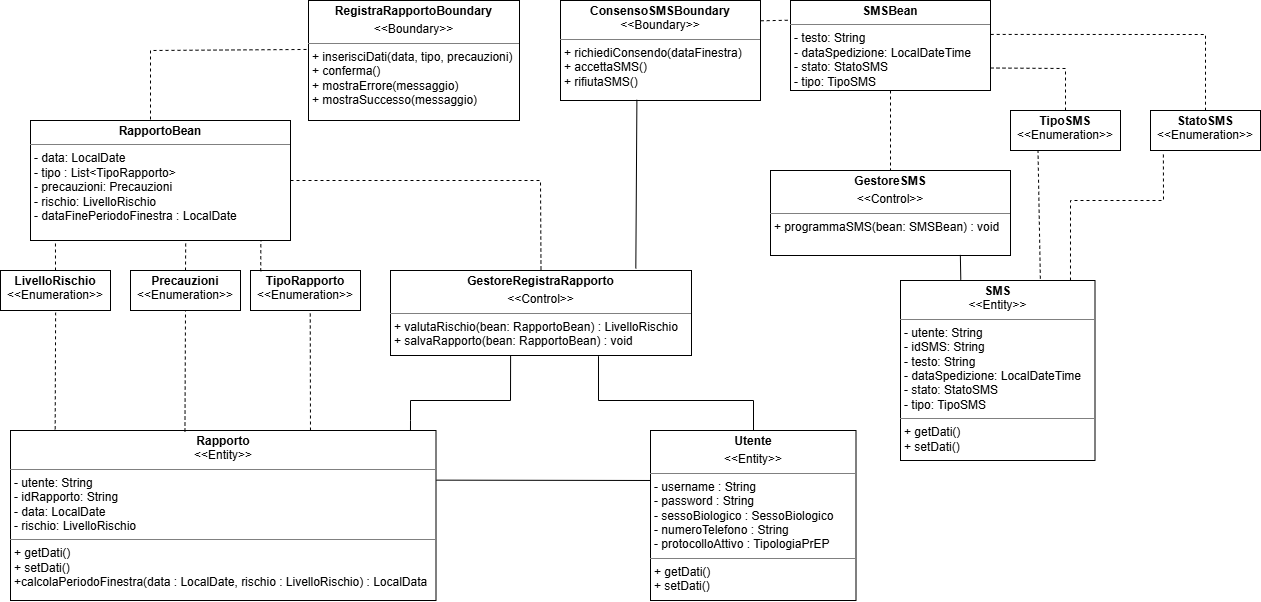
Before: deliverables/BCE-RegistraRapporto.png, a diagram exported from draw.io (Giulia120/TiRiguarda). Source tidied: cells renumbered, new cells last; positions are measured from the earlier drawing's top-left corner, leaving out a move shared by most shapes.
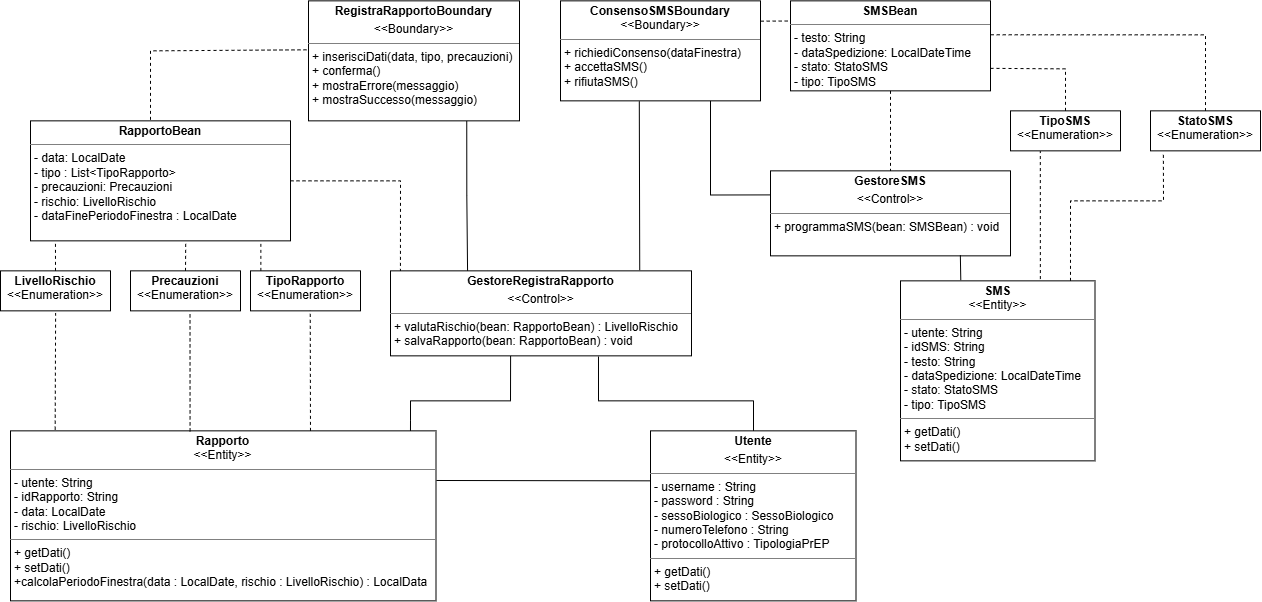
After the change.

What changed in the source:
```diff
@@ -5,10 +5,13 @@
     <mxCell id="2" value="&lt;p style=&quot;margin:0px;margin-top:4px;text-align:center;&quot;&gt;&lt;b&gt;GestoreRegistraRapporto&lt;/b&gt;&lt;/p&gt;&lt;p style=&quot;margin:0px;margin-top:4px;text-align:center;&quot;&gt;&amp;lt;&amp;lt;Control&amp;gt;&amp;gt;&lt;/p&gt;&lt;hr size=&quot;1&quot; style=&quot;border-style:solid;&quot;&gt;&lt;p style=&quot;margin:0px;margin-left:4px;&quot;&gt;+ valutaRischio(bean: RapportoBean) : LivelloRischio&lt;span style=&quot;color: rgba(0, 0, 0, 0); font-family: monospace; font-size: 0px; white-space: nowrap; background-color: transparent;&quot;&gt;%3CmxGraphModel%3E%3Croot%3E%3CmxCell%20id%3D%220%22%2F%3E%3CmxCell%20id%3D%221%22%20parent%3D%220%22%2F%3E%3CmxCell%20id%3D%222%22%20parent%3D%221%22%20style%3D%22verticalAlign%3Dtop%3Balign%3Dleft%3Boverflow%3Dfill%3Bhtml%3D1%3BwhiteSpace%3Dwrap%3B%22%20value%3D%22%26lt%3Bp%20style%3D%26quot%3Bmargin%3A0px%3Bmargin-top%3A4px%3Btext-align%3Acenter%3B%26quot%3B%26gt%3B%26lt%3Bb%26gt%3BRegistraRapportoBoundary%26lt%3B%2Fb%26gt%3B%26lt%3B%2Fp%26gt%3B%26lt%3Bp%20style%3D%26quot%3Bmargin%3A0px%3Bmargin-top%3A4px%3Btext-align%3Acenter%3B%26quot%3B%26gt%3B%26amp%3Blt%3B%26amp%3Blt%3BBoundary%26amp%3Bgt%3B%26amp%3Bgt%3B%26lt%3B%2Fp%26gt%3B%26lt%3Bhr%20size%3D%26quot%3B1%26quot%3B%20style%3D%26quot%3Bborder-style%3Asolid%3B%26quot%3B%26gt%3B%26lt%3Bp%20style%3D%26quot%3Bmargin%3A0px%3Bmargin-left%3A4px%3B%26quot%3B%26gt%3B%2B%20inserisciDati(data%2C%20tipo%2C%20precauzioni)%26lt%3B%2Fp%26gt%3B%26lt%3Bp%20style%3D%26quot%3Bmargin%3A0px%3Bmargin-left%3A4px%3B%26quot%3B%26gt%3B%2B%20conferma()%26lt%3B%2Fp%26gt%3B%26lt%3Bp%20style%3D%26quot%3Bmargin%3A0px%3Bmargin-left%3A4px%3B%26quot%3B%26gt%3B%2B%20mostraErrore(messaggio)%26lt%3B%2Fp%26gt%3B%26lt%3Bp%20style%3D%26quot%3Bmargin%3A0px%3Bmargin-left%3A4px%3B%26quot%3B%26gt%3B%2B%20mostraSuccesso(messaggio)%26lt%3B%2Fp%26gt%3B%22%20vertex%3D%221%22%3E%3CmxGeometry%20height%3D%22110%22%20width%3D%22281%22%20x%3D%22319%22%20y%3D%22280%22%20as%3D%22geometry%22%2F%3E%3C%2FmxCell%3E%3C%2Froot%3E%3C%2FmxGraphModel%3E&lt;/span&gt;&lt;/p&gt;&lt;p style=&quot;margin:0px;margin-left:4px;&quot;&gt;+ salvaRapporto(bean: RapportoBean) : void&lt;/p&gt;" style="verticalAlign=top;align=left;overflow=fill;html=1;whiteSpace=wrap;" parent="1" vertex="1">
       <mxGeometry x="390" y="270" width="301" height="85" as="geometry" />
     </mxCell>
+    <mxCell id="35" style="edgeStyle=orthogonalEdgeStyle;rounded=0;jettySize=auto;html=1;exitX=0.75;exitY=1;exitDx=0;exitDy=0;entryX=0.256;entryY=-0.001;entryDx=0;entryDy=0;entryPerimeter=0;endArrow=none;endFill=0;" parent="1" edge="1" source="3" target="2">
+      <mxGeometry relative="1" as="geometry" />
+    </mxCell>
     <mxCell id="3" value="&lt;p style=&quot;margin:0px;margin-top:4px;text-align:center;&quot;&gt;&lt;b&gt;RegistraRapportoBoundary&lt;/b&gt;&lt;/p&gt;&lt;p style=&quot;margin:0px;margin-top:4px;text-align:center;&quot;&gt;&amp;lt;&amp;lt;Boundary&amp;gt;&amp;gt;&lt;/p&gt;&lt;hr size=&quot;1&quot; style=&quot;border-style:solid;&quot;&gt;&lt;p style=&quot;margin:0px;margin-left:4px;&quot;&gt;+ inserisciDati(data, tipo, precauzioni)&lt;/p&gt;&lt;p style=&quot;margin:0px;margin-left:4px;&quot;&gt;+ conferma()&lt;/p&gt;&lt;p style=&quot;margin:0px;margin-left:4px;&quot;&gt;+ mostraErrore(messaggio)&lt;/p&gt;&lt;p style=&quot;margin:0px;margin-left:4px;&quot;&gt;+ mostraSuccesso(messaggio)&lt;/p&gt;" style="verticalAlign=top;align=left;overflow=fill;html=1;whiteSpace=wrap;" parent="1" vertex="1">
       <mxGeometry x="308" width="211" height="120" as="geometry" />
     </mxCell>
-    <mxCell id="4" value="&lt;p style=&quot;margin:0px;margin-top:4px;text-align:center;&quot;&gt;&lt;span style=&quot;background-color: transparent; color: light-dark(rgb(0, 0, 0), rgb(255, 255, 255));&quot;&gt;&lt;b&gt;ConsensoSMSBoundary&lt;br&gt;&lt;/b&gt;&amp;lt;&amp;lt;Boundary&amp;gt;&amp;gt;&lt;/span&gt;&lt;/p&gt;&lt;hr size=&quot;1&quot; style=&quot;border-style:solid;&quot;&gt;&lt;p style=&quot;margin:0px;margin-left:4px;&quot;&gt;&lt;span style=&quot;background-color: transparent; color: light-dark(rgb(0, 0, 0), rgb(255, 255, 255));&quot;&gt;+ richiediConsendo(dataFinestra)&lt;/span&gt;&lt;/p&gt;&lt;p style=&quot;margin:0px;margin-left:4px;&quot;&gt;&lt;span style=&quot;background-color: transparent; color: light-dark(rgb(0, 0, 0), rgb(255, 255, 255));&quot;&gt;+ accettaSMS()&lt;/span&gt;&lt;/p&gt;&lt;p style=&quot;margin:0px;margin-left:4px;&quot;&gt;&lt;span style=&quot;background-color: transparent; color: light-dark(rgb(0, 0, 0), rgb(255, 255, 255));&quot;&gt;+ rifiutaSMS()&lt;/span&gt;&lt;/p&gt;" style="verticalAlign=top;align=left;overflow=fill;html=1;whiteSpace=wrap;" parent="1" vertex="1">
+    <mxCell id="4" value="&lt;p style=&quot;margin:0px;margin-top:4px;text-align:center;&quot;&gt;&lt;span style=&quot;background-color: transparent; color: light-dark(rgb(0, 0, 0), rgb(255, 255, 255));&quot;&gt;&lt;b&gt;ConsensoSMSBoundary&lt;br&gt;&lt;/b&gt;&amp;lt;&amp;lt;Boundary&amp;gt;&amp;gt;&lt;/span&gt;&lt;/p&gt;&lt;hr size=&quot;1&quot; style=&quot;border-style:solid;&quot;&gt;&lt;p style=&quot;margin:0px;margin-left:4px;&quot;&gt;&lt;span style=&quot;background-color: transparent; color: light-dark(rgb(0, 0, 0), rgb(255, 255, 255));&quot;&gt;+ richiediConsenso(dataFinestra)&lt;/span&gt;&lt;/p&gt;&lt;p style=&quot;margin:0px;margin-left:4px;&quot;&gt;&lt;span style=&quot;background-color: transparent; color: light-dark(rgb(0, 0, 0), rgb(255, 255, 255));&quot;&gt;+ accettaSMS()&lt;/span&gt;&lt;/p&gt;&lt;p style=&quot;margin:0px;margin-left:4px;&quot;&gt;&lt;span style=&quot;background-color: transparent; color: light-dark(rgb(0, 0, 0), rgb(255, 255, 255));&quot;&gt;+ rifiutaSMS()&lt;/span&gt;&lt;/p&gt;" style="verticalAlign=top;align=left;overflow=fill;html=1;whiteSpace=wrap;" parent="1" vertex="1">
       <mxGeometry x="560" width="200" height="100" as="geometry" />
     </mxCell>
     <mxCell id="5" value="&lt;p style=&quot;margin:0px;margin-top:4px;text-align:center;&quot;&gt;&lt;span style=&quot;background-color: transparent; color: light-dark(rgb(0, 0, 0), rgb(255, 255, 255));&quot;&gt;&lt;b&gt;GestoreSMS&lt;/b&gt;&lt;/span&gt;&lt;/p&gt;&lt;p style=&quot;margin:0px;margin-top:4px;text-align:center;&quot;&gt;&lt;span style=&quot;background-color: transparent; color: light-dark(rgb(0, 0, 0), rgb(255, 255, 255));&quot;&gt;&amp;lt;&amp;lt;Control&amp;gt;&amp;gt;&lt;/span&gt;&lt;/p&gt;&lt;hr size=&quot;1&quot; style=&quot;border-style:solid;&quot;&gt;&lt;p style=&quot;margin:0px;margin-left:4px;&quot;&gt;+ programmaSMS(bean: SMSBean) : void&lt;br&gt;&lt;/p&gt;" style="verticalAlign=top;align=left;overflow=fill;html=1;whiteSpace=wrap;" parent="1" vertex="1">
@@ -49,10 +52,10 @@
         </Array>
       </mxGeometry>
     </mxCell>
-    <mxCell id="12" style="endArrow=none;dashed=1;html=1;rounded=0;exitX=1;exitY=0.5;exitDx=0;exitDy=0;entryX=0.5;entryY=0;entryDx=0;entryDy=0;" parent="1" edge="1" source="10" target="2">
+    <mxCell id="12" style="endArrow=none;dashed=1;html=1;rounded=0;exitX=1;exitY=0.5;exitDx=0;exitDy=0;entryX=0.033;entryY=0;entryDx=0;entryDy=0;entryPerimeter=0;" parent="1" edge="1" source="10" target="2">
       <mxGeometry relative="1" as="geometry">
         <Array as="points">
-          <mxPoint x="540" y="180" />
+          <mxPoint x="400" y="180" />
         </Array>
       </mxGeometry>
     </mxCell>
@@ -71,19 +74,21 @@
     <mxCell id="17" style="endArrow=none;dashed=1;html=1;rounded=0;exitX=0.5;exitY=0;exitDx=0;exitDy=0;entryX=0.597;entryY=1.002;entryDx=0;entryDy=0;entryPerimeter=0;" parent="1" edge="1" source="13" target="10">
       <mxGeometry relative="1" as="geometry" />
     </mxCell>
-    <mxCell id="18" style="endArrow=none;dashed=1;html=1;rounded=0;exitX=0.093;exitY=0.019;exitDx=0;exitDy=0;entryX=0.886;entryY=1;entryDx=0;entryDy=0;entryPerimeter=0;exitPerimeter=0;" parent="1" edge="1" source="15" target="10">
-      <mxGeometry relative="1" as="geometry" />
+    <mxCell id="18" style="endArrow=none;dashed=1;html=1;rounded=0;entryX=0.886;entryY=1;entryDx=0;entryDy=0;entryPerimeter=0;" parent="1" edge="1" target="10">
+      <mxGeometry relative="1" as="geometry">
+        <mxPoint x="260.4" y="270" as="sourcePoint" />
+      </mxGeometry>
     </mxCell>
     <mxCell id="19" style="endArrow=none;dashed=1;html=1;rounded=0;exitX=0.105;exitY=-0.007;exitDx=0;exitDy=0;exitPerimeter=0;entryX=0.501;entryY=1.053;entryDx=0;entryDy=0;entryPerimeter=0;" parent="1" edge="1" source="7" target="14">
       <mxGeometry relative="1" as="geometry" />
     </mxCell>
-    <mxCell id="20" style="endArrow=none;dashed=1;html=1;rounded=0;exitX=0.41;exitY=0.006;exitDx=0;exitDy=0;exitPerimeter=0;entryX=0.5;entryY=1;entryDx=0;entryDy=0;" parent="1" edge="1" source="7" target="13">
+    <mxCell id="20" style="endArrow=none;dashed=1;html=1;rounded=0;exitX=0.422;exitY=0.003;exitDx=0;exitDy=0;exitPerimeter=0;entryX=0.541;entryY=1.012;entryDx=0;entryDy=0;entryPerimeter=0;" parent="1" edge="1" source="7" target="13">
       <mxGeometry relative="1" as="geometry" />
     </mxCell>
     <mxCell id="21" style="endArrow=none;dashed=1;html=1;rounded=0;exitX=0.705;exitY=0;exitDx=0;exitDy=0;exitPerimeter=0;entryX=0.543;entryY=0.994;entryDx=0;entryDy=0;entryPerimeter=0;" parent="1" edge="1" source="7" target="15">
       <mxGeometry relative="1" as="geometry" />
     </mxCell>
-    <mxCell id="22" style="endArrow=none;html=1;rounded=0;entryX=0.382;entryY=0.993;entryDx=0;entryDy=0;entryPerimeter=0;exitX=0.815;exitY=-0.023;exitDx=0;exitDy=0;exitPerimeter=0;" parent="1" edge="1" source="2" target="4">
+    <mxCell id="22" style="endArrow=none;html=1;rounded=0;entryX=0.394;entryY=1.005;entryDx=0;entryDy=0;entryPerimeter=0;exitX=0.828;exitY=-0.008;exitDx=0;exitDy=0;exitPerimeter=0;" parent="1" edge="1" source="2" target="4">
       <mxGeometry relative="1" as="geometry" />
     </mxCell>
     <mxCell id="23" value="&lt;p style=&quot;margin:0px;margin-top:4px;text-align:center;&quot;&gt;&lt;span style=&quot;background-color: transparent; color: light-dark(rgb(0, 0, 0), rgb(255, 255, 255));&quot;&gt;&lt;b&gt;SMSBean&lt;/b&gt;&lt;br&gt;&lt;/span&gt;&lt;/p&gt;&lt;hr size=&quot;1&quot; style=&quot;border-style:solid;&quot;&gt;&lt;p style=&quot;margin: 0px 0px 0px 4px;&quot;&gt;- testo: String&lt;/p&gt;&lt;p style=&quot;margin: 0px 0px 0px 4px;&quot;&gt;- dataSpedizione:&amp;nbsp;&lt;span style=&quot;background-color: transparent; color: light-dark(rgb(0, 0, 0), rgb(255, 255, 255));&quot;&gt;LocalDateTime&lt;/span&gt;&lt;span style=&quot;background-color: transparent; color: light-dark(rgb(0, 0, 0), rgb(255, 255, 255));&quot;&gt;&amp;nbsp;&lt;/span&gt;&lt;/p&gt;&lt;p style=&quot;margin: 0px 0px 0px 4px;&quot;&gt;- stato: StatoSMS&lt;/p&gt;&lt;p style=&quot;margin: 0px 0px 0px 4px;&quot;&gt;- tipo: TipoSMS&lt;/p&gt;&lt;p style=&quot;margin: 0px 0px 0px 4px;&quot;&gt;&lt;br&gt;&lt;/p&gt;" style="verticalAlign=top;align=left;overflow=fill;html=1;whiteSpace=wrap;" parent="1" vertex="1">
@@ -92,7 +97,7 @@
     <mxCell id="24" style="endArrow=none;dashed=1;html=1;rounded=0;exitX=0.5;exitY=1;exitDx=0;exitDy=0;entryX=0.5;entryY=0;entryDx=0;entryDy=0;" parent="1" edge="1" source="23" target="5">
       <mxGeometry relative="1" as="geometry" />
     </mxCell>
-    <mxCell id="25" style="endArrow=none;dashed=1;html=1;rounded=0;exitX=1.001;exitY=0.203;exitDx=0;exitDy=0;exitPerimeter=0;entryX=-0.002;entryY=0.219;entryDx=0;entryDy=0;entryPerimeter=0;" parent="1" edge="1" source="4" target="23">
+    <mxCell id="25" style="endArrow=none;dashed=1;html=1;rounded=0;exitX=1.001;exitY=0.203;exitDx=0;exitDy=0;exitPerimeter=0;entryX=-0.002;entryY=0.224;entryDx=0;entryDy=0;entryPerimeter=0;" parent="1" edge="1" source="4" target="23">
       <mxGeometry relative="1" as="geometry" />
     </mxCell>
     <mxCell id="26" value="&lt;p style=&quot;margin:0px;margin-top:4px;text-align:center;&quot;&gt;&lt;span style=&quot;background-color: transparent; color: light-dark(rgb(0, 0, 0), rgb(255, 255, 255));&quot;&gt;&lt;b&gt;SMS&lt;br&gt;&lt;/b&gt;&amp;lt;&amp;lt;Entity&amp;gt;&amp;gt;&lt;/span&gt;&lt;/p&gt;&lt;hr size=&quot;1&quot; style=&quot;border-style:solid;&quot;&gt;&lt;p style=&quot;margin:0px;margin-left:4px;&quot;&gt;- utente: String&lt;br&gt;- idSMS: String&lt;/p&gt;&lt;p style=&quot;margin: 0px 0px 0px 4px;&quot;&gt;- testo: String&lt;/p&gt;&lt;p style=&quot;margin: 0px 0px 0px 4px;&quot;&gt;- dataSpedizione: &lt;span style=&quot;background-color: transparent; color: light-dark(rgb(0, 0, 0), rgb(255, 255, 255));&quot;&gt;LocalDateTime&lt;/span&gt;&lt;span style=&quot;background-color: transparent; color: light-dark(rgb(0, 0, 0), rgb(255, 255, 255));&quot;&gt;&amp;nbsp;&lt;/span&gt;&lt;/p&gt;&lt;p style=&quot;margin: 0px 0px 0px 4px;&quot;&gt;- stato: StatoSMS&lt;/p&gt;&lt;p style=&quot;margin: 0px 0px 0px 4px;&quot;&gt;- tipo: TipoSMS&lt;/p&gt;&lt;hr size=&quot;1&quot; style=&quot;border-style:solid;&quot;&gt;&lt;p style=&quot;margin:0px;margin-left:4px;&quot;&gt;+ getDati()&lt;br&gt;&lt;/p&gt;&lt;p style=&quot;margin:0px;margin-left:4px;&quot;&gt;+ setDati()&lt;/p&gt;" style="verticalAlign=top;align=left;overflow=fill;html=1;whiteSpace=wrap;" parent="1" vertex="1">
@@ -121,7 +126,7 @@
         </Array>
       </mxGeometry>
     </mxCell>
-    <mxCell id="32" style="endArrow=none;dashed=1;html=1;rounded=0;exitX=0.719;exitY=-0.01;exitDx=0;exitDy=0;exitPerimeter=0;entryX=0.25;entryY=1;entryDx=0;entryDy=0;" parent="1" edge="1" source="26" target="28">
+    <mxCell id="32" style="endArrow=none;dashed=1;html=1;rounded=0;exitX=0.719;exitY=-0.01;exitDx=0;exitDy=0;exitPerimeter=0;entryX=0.271;entryY=1.01;entryDx=0;entryDy=0;entryPerimeter=0;" parent="1" edge="1" source="26" target="28">
       <mxGeometry relative="1" as="geometry" />
     </mxCell>
     <mxCell id="33" style="endArrow=none;dashed=1;html=1;rounded=0;entryX=0.117;entryY=1.082;entryDx=0;entryDy=0;entryPerimeter=0;exitX=0.874;exitY=0;exitDx=0;exitDy=0;exitPerimeter=0;" parent="1" edge="1" source="26" target="29">
@@ -135,5 +140,8 @@
     <mxCell id="34" style="endArrow=none;html=1;rounded=0;entryX=0;entryY=0.294;entryDx=0;entryDy=0;entryPerimeter=0;exitX=1.001;exitY=0.292;exitDx=0;exitDy=0;exitPerimeter=0;" parent="1" edge="1" source="7" target="6">
       <mxGeometry relative="1" as="geometry" />
     </mxCell>
+    <mxCell id="36" style="edgeStyle=orthogonalEdgeStyle;rounded=0;jettySize=auto;html=1;exitX=0.75;exitY=1;exitDx=0;exitDy=0;entryX=-0.001;entryY=0.283;entryDx=0;entryDy=0;entryPerimeter=0;endArrow=none;endFill=0;" parent="1" edge="1" source="4" target="5">
+      <mxGeometry relative="1" as="geometry" />
+    </mxCell>
   </root>
 </mxGraphModel>
```
